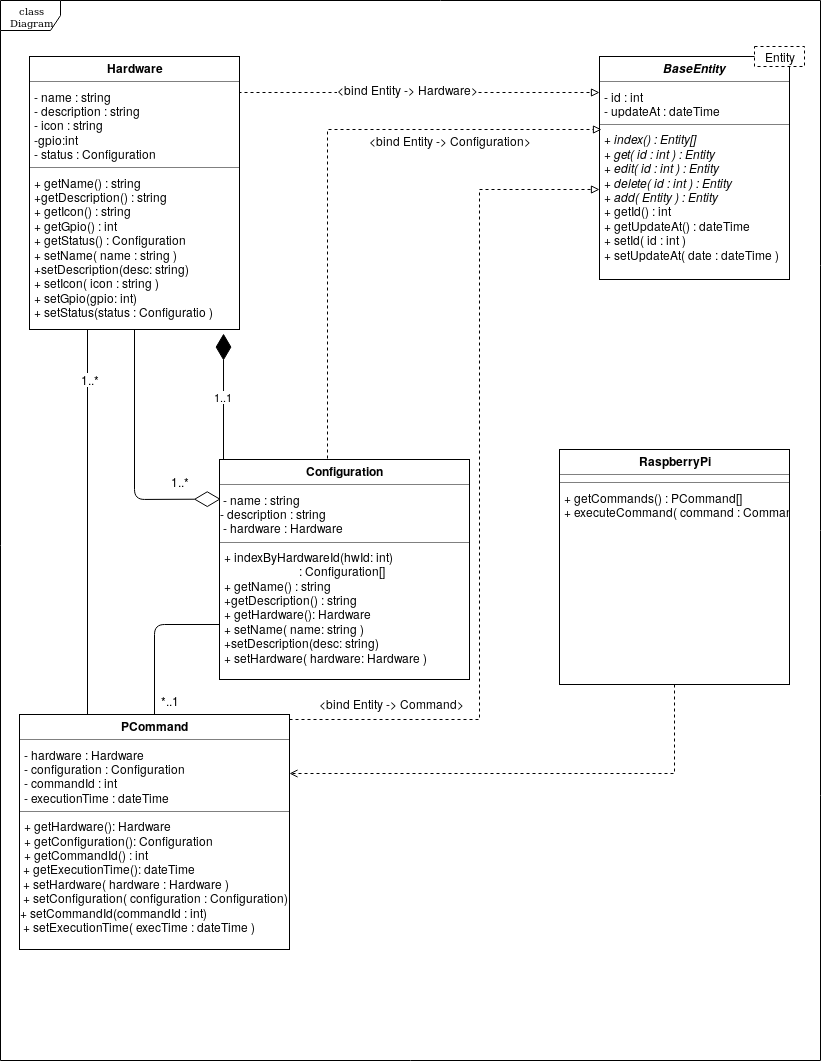
Above: img/diagram_class2.png in reem-codes/gp (draw.io), before the change. Source tidied: cells renumbered, new cells last; positions are measured from the earlier drawing's top-left corner, leaving out a move shared by most shapes.
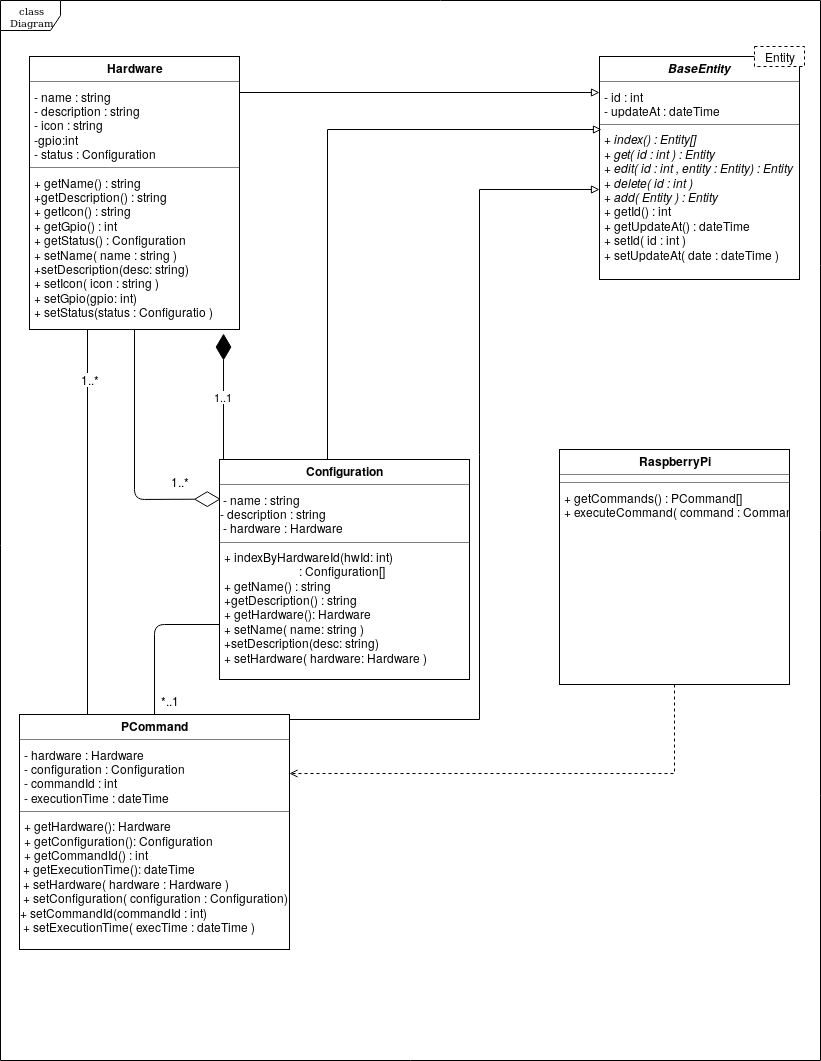
After the commit.

Diff of the diagram source:
```diff
@@ -5,10 +5,10 @@
     <mxCell id="2" value="class Diagram" style="shape=umlFrame;whiteSpace=wrap;html=1;rounded=0;shadow=0;comic=0;labelBackgroundColor=none;strokeColor=#000000;strokeWidth=1;fillColor=#ffffff;fontFamily=Verdana;fontSize=10;fontColor=#000000;align=center;" parent="1" vertex="1">
       <mxGeometry width="820" height="1060" as="geometry" />
     </mxCell>
-    <mxCell id="3" value="&lt;p style=&quot;margin: 0px ; margin-top: 4px ; text-align: center&quot;&gt;&lt;b&gt;&lt;i&gt;BaseEntity&lt;/i&gt;&lt;/b&gt;&lt;/p&gt;&lt;hr size=&quot;1&quot;&gt;&lt;p style=&quot;margin: 0px ; margin-left: 4px&quot;&gt;- id : int&lt;br&gt;- updateAt : dateTime&lt;/p&gt;&lt;hr size=&quot;1&quot;&gt;&lt;p style=&quot;margin: 0px ; margin-left: 4px&quot;&gt;&lt;i&gt;+ index() : Entity[]&lt;br&gt;+ get( id : int ) : Entity&lt;/i&gt;&lt;/p&gt;&lt;p style=&quot;margin: 0px ; margin-left: 4px&quot;&gt;&lt;i&gt;+ edit( id : int ) : Entity&lt;/i&gt;&lt;/p&gt;&lt;p style=&quot;margin: 0px ; margin-left: 4px&quot;&gt;&lt;i&gt;+ delete( id : int ) : Entity&lt;/i&gt;&lt;/p&gt;&lt;p style=&quot;margin: 0px ; margin-left: 4px&quot;&gt;&lt;i&gt;+ add( Entity ) : Entity&lt;/i&gt;&lt;/p&gt;&lt;p style=&quot;margin: 0px ; margin-left: 4px&quot;&gt;+ getId() : int&lt;/p&gt;&lt;p style=&quot;margin: 0px ; margin-left: 4px&quot;&gt;+ getUpdateAt() : dateTime&lt;/p&gt;&lt;p style=&quot;margin: 0px ; margin-left: 4px&quot;&gt;+ setId( id : int )&lt;/p&gt;&lt;p style=&quot;margin: 0px ; margin-left: 4px&quot;&gt;+ setUpdateAt( date : dateTime )&lt;/p&gt;&lt;p style=&quot;margin: 0px ; margin-left: 4px&quot;&gt;&lt;br&gt;&lt;/p&gt;" style="verticalAlign=top;align=left;overflow=fill;fontSize=12;fontFamily=Helvetica;html=1;rounded=0;shadow=0;comic=0;labelBackgroundColor=none;strokeColor=#000000;strokeWidth=1;fillColor=#ffffff;" parent="1" vertex="1">
-      <mxGeometry x="599" y="56" width="190" height="223" as="geometry" />
+    <mxCell id="3" value="&lt;p style=&quot;margin: 0px ; margin-top: 4px ; text-align: center&quot;&gt;&lt;b&gt;&lt;i&gt;BaseEntity&lt;/i&gt;&lt;/b&gt;&lt;/p&gt;&lt;hr size=&quot;1&quot;&gt;&lt;p style=&quot;margin: 0px ; margin-left: 4px&quot;&gt;- id : int&lt;br&gt;- updateAt : dateTime&lt;/p&gt;&lt;hr size=&quot;1&quot;&gt;&lt;p style=&quot;margin: 0px ; margin-left: 4px&quot;&gt;&lt;i&gt;+ index() : Entity[]&lt;br&gt;+ get( id : int ) : Entity&lt;/i&gt;&lt;/p&gt;&lt;p style=&quot;margin: 0px ; margin-left: 4px&quot;&gt;&lt;i&gt;+ edit( id : int , entity : Entity) : Entity&lt;/i&gt;&lt;/p&gt;&lt;p style=&quot;margin: 0px ; margin-left: 4px&quot;&gt;&lt;i&gt;+ delete( id : int ) &lt;br&gt;&lt;/i&gt;&lt;/p&gt;&lt;p style=&quot;margin: 0px ; margin-left: 4px&quot;&gt;&lt;i&gt;+ add( Entity ) : Entity&lt;/i&gt;&lt;/p&gt;&lt;p style=&quot;margin: 0px ; margin-left: 4px&quot;&gt;+ getId() : int&lt;/p&gt;&lt;p style=&quot;margin: 0px ; margin-left: 4px&quot;&gt;+ getUpdateAt() : dateTime&lt;/p&gt;&lt;p style=&quot;margin: 0px ; margin-left: 4px&quot;&gt;+ setId( id : int )&lt;/p&gt;&lt;p style=&quot;margin: 0px ; margin-left: 4px&quot;&gt;+ setUpdateAt( date : dateTime )&lt;/p&gt;&lt;p style=&quot;margin: 0px ; margin-left: 4px&quot;&gt;&lt;br&gt;&lt;/p&gt;" style="verticalAlign=top;align=left;overflow=fill;fontSize=12;fontFamily=Helvetica;html=1;rounded=0;shadow=0;comic=0;labelBackgroundColor=none;strokeColor=#000000;strokeWidth=1;fillColor=#ffffff;" parent="1" vertex="1">
+      <mxGeometry x="599" y="56" width="200" height="223" as="geometry" />
     </mxCell>
-    <mxCell id="4" style="edgeStyle=orthogonalEdgeStyle;rounded=0;jettySize=auto;html=1;exitX=1;exitY=0.136;exitDx=0;exitDy=0;endArrow=block;endFill=0;dashed=1;exitPerimeter=0;" parent="1" edge="1" source="6">
+    <mxCell id="4" style="edgeStyle=orthogonalEdgeStyle;rounded=0;jettySize=auto;html=1;exitX=1;exitY=0.136;exitDx=0;exitDy=0;endArrow=block;endFill=0;exitPerimeter=0;" parent="1" edge="1" source="6">
       <mxGeometry relative="1" as="geometry">
         <mxPoint x="599" y="92" as="targetPoint" />
         <Array as="points">
@@ -17,13 +17,10 @@
         </Array>
       </mxGeometry>
     </mxCell>
-    <mxCell id="5" value="&lt;div&gt;&amp;lt;bind Entity -&amp;gt; Hardware&amp;gt;&lt;/div&gt;" style="text;html=1;align=center;verticalAlign=middle;labelBackgroundColor=#ffffff;" parent="4" vertex="1">
-      <mxGeometry x="-0.07" y="4" relative="1" as="geometry" />
-    </mxCell>
     <mxCell id="6" value="&lt;p style=&quot;margin: 0px ; margin-top: 4px ; text-align: center&quot;&gt;&lt;b&gt;Hardware&lt;/b&gt;&lt;/p&gt;&lt;hr size=&quot;1&quot;&gt;&lt;p style=&quot;margin: 0px ; margin-left: 4px&quot;&gt;- name : string&lt;/p&gt;&lt;p style=&quot;margin: 0px ; margin-left: 4px&quot;&gt;- description : string&lt;/p&gt;&lt;p style=&quot;margin: 0px ; margin-left: 4px&quot;&gt;- icon : string&lt;/p&gt;&lt;p style=&quot;margin: 0px ; margin-left: 4px&quot;&gt;-gpio:int&lt;br&gt;&lt;/p&gt;&lt;p style=&quot;margin: 0px ; margin-left: 4px&quot;&gt;- status : Configuration&lt;/p&gt;&lt;hr size=&quot;1&quot;&gt;&lt;p style=&quot;margin: 0px ; margin-left: 4px&quot;&gt;+ getName() : string&lt;/p&gt;&lt;p style=&quot;margin: 0px ; margin-left: 4px&quot;&gt;+getDescription() : string&lt;/p&gt;&lt;p style=&quot;margin: 0px ; margin-left: 4px&quot;&gt;+ getIcon() : string&lt;/p&gt;&lt;p style=&quot;margin: 0px ; margin-left: 4px&quot;&gt;+ getGpio() : int&lt;br&gt;&lt;/p&gt;&lt;p style=&quot;margin: 0px ; margin-left: 4px&quot;&gt;+ getStatus() : Configuration&lt;/p&gt;&lt;p style=&quot;margin: 0px ; margin-left: 4px&quot;&gt;+ setName( name : string )&lt;/p&gt;&lt;p style=&quot;margin: 0px ; margin-left: 4px&quot;&gt;+setDescription(desc: string)&lt;/p&gt;&lt;p style=&quot;margin: 0px ; margin-left: 4px&quot;&gt;+ setIcon( icon : string )&lt;/p&gt;&lt;p style=&quot;margin: 0px ; margin-left: 4px&quot;&gt;+ setGpio(gpio: int)&lt;/p&gt;&lt;p style=&quot;margin: 0px ; margin-left: 4px&quot;&gt;+ setStatus(status : Configuratio )&lt;/p&gt;" style="verticalAlign=top;align=left;overflow=fill;fontSize=12;fontFamily=Helvetica;html=1;rounded=0;shadow=0;comic=0;labelBackgroundColor=none;strokeColor=#000000;strokeWidth=1;fillColor=#ffffff;" parent="1" vertex="1">
       <mxGeometry x="29" y="56" width="210" height="273" as="geometry" />
     </mxCell>
-    <mxCell id="7" style="edgeStyle=orthogonalEdgeStyle;rounded=0;jettySize=auto;html=1;exitX=0.5;exitY=0;exitDx=0;exitDy=0;endArrow=block;endFill=0;dashed=1;" parent="1" edge="1" source="9">
+    <mxCell id="7" style="edgeStyle=orthogonalEdgeStyle;rounded=0;jettySize=auto;html=1;exitX=0.5;exitY=0;exitDx=0;exitDy=0;endArrow=block;endFill=0;" parent="1" edge="1" source="9">
       <mxGeometry relative="1" as="geometry">
         <mxPoint x="601" y="129" as="targetPoint" />
         <Array as="points">
@@ -31,15 +28,10 @@
         </Array>
       </mxGeometry>
     </mxCell>
-    <mxCell id="8" value="&lt;div&gt;&amp;lt;bind Entity -&amp;gt; Configuration&amp;gt;&lt;/div&gt;" style="text;html=1;align=center;verticalAlign=middle;labelBackgroundColor=#ffffff;" parent="7" vertex="1">
-      <mxGeometry x="-0.18" y="-1" relative="1" as="geometry">
-        <mxPoint x="121" y="-81" as="offset" />
-      </mxGeometry>
-    </mxCell>
     <mxCell id="9" value="&lt;p style=&quot;margin: 0px ; margin-top: 4px ; text-align: center&quot;&gt;&lt;b&gt;Configuration&lt;/b&gt;&lt;br&gt;&lt;/p&gt;&lt;hr size=&quot;1&quot;&gt;&lt;div&gt;&amp;nbsp;- name : string&lt;/div&gt;&lt;div&gt;- description : string&lt;br&gt;&lt;/div&gt;&lt;span&gt;&amp;nbsp;- hardware : Hardware&lt;/span&gt;&lt;br&gt;&lt;hr size=&quot;1&quot;&gt;&lt;p style=&quot;margin: 0px ; margin-left: 4px&quot;&gt;+ indexByHardwareId(hwId: int)&lt;/p&gt;&lt;p style=&quot;margin: 0px ; margin-left: 4px&quot;&gt;&amp;nbsp;&amp;nbsp;&amp;nbsp;&amp;nbsp;&amp;nbsp;&amp;nbsp;&amp;nbsp;&amp;nbsp;&amp;nbsp;&amp;nbsp;&amp;nbsp;&amp;nbsp;&amp;nbsp;&amp;nbsp;&amp;nbsp;&amp;nbsp;&amp;nbsp;&amp;nbsp;&amp;nbsp;&amp;nbsp;&amp;nbsp;&amp;nbsp;&amp;nbsp;&amp;nbsp; : Configuration[]&lt;br&gt;&lt;/p&gt;&lt;p style=&quot;margin: 0px ; margin-left: 4px&quot;&gt;+ getName() : string&lt;/p&gt;&lt;p style=&quot;margin: 0px ; margin-left: 4px&quot;&gt;+getDescription() : string&lt;/p&gt;&lt;p style=&quot;margin: 0px ; margin-left: 4px&quot;&gt;+ getHardware(): Hardware&lt;/p&gt;&lt;p style=&quot;margin: 0px ; margin-left: 4px&quot;&gt;+ setName( name: string )&lt;/p&gt;&lt;p style=&quot;margin: 0px ; margin-left: 4px&quot;&gt;+setDescription(desc: string)&lt;/p&gt;&lt;p style=&quot;margin: 0px ; margin-left: 4px&quot;&gt;+ setHardware( hardware: Hardware )&lt;/p&gt;" style="verticalAlign=top;align=left;overflow=fill;fontSize=12;fontFamily=Helvetica;html=1;rounded=0;shadow=0;comic=0;labelBackgroundColor=none;strokeColor=#000000;strokeWidth=1;fillColor=#ffffff;" parent="1" vertex="1">
       <mxGeometry x="219" y="459" width="250" height="220" as="geometry" />
     </mxCell>
-    <mxCell id="10" style="edgeStyle=orthogonalEdgeStyle;rounded=0;jettySize=auto;html=1;exitX=1;exitY=0.25;exitDx=0;exitDy=0;endArrow=block;endFill=0;dashed=1;" parent="1" edge="1" source="12" target="3">
+    <mxCell id="10" style="edgeStyle=orthogonalEdgeStyle;rounded=0;jettySize=auto;html=1;exitX=1;exitY=0.25;exitDx=0;exitDy=0;endArrow=block;endFill=0;" parent="1" edge="1" source="12" target="3">
       <mxGeometry relative="1" as="geometry">
         <Array as="points">
           <mxPoint x="289" y="719" />
@@ -48,11 +40,6 @@
         </Array>
       </mxGeometry>
     </mxCell>
-    <mxCell id="11" value="&lt;div&gt;&amp;lt;bind Entity -&amp;gt; Command&amp;gt;&lt;/div&gt;" style="text;html=1;align=center;verticalAlign=middle;labelBackgroundColor=#ffffff;" parent="10" vertex="1">
-      <mxGeometry x="-0.41" y="1" relative="1" as="geometry">
-        <mxPoint x="-87" y="1" as="offset" />
-      </mxGeometry>
-    </mxCell>
     <mxCell id="12" value="&lt;p style=&quot;margin: 0px ; margin-top: 4px ; text-align: center&quot;&gt;&lt;b&gt;PCommand&lt;/b&gt;&lt;/p&gt;&lt;hr size=&quot;1&quot;&gt;&lt;p style=&quot;margin: 0px ; margin-left: 4px&quot;&gt;- hardware : Hardware&lt;br&gt;- configuration : Configuration&lt;/p&gt;&lt;p style=&quot;margin: 0px ; margin-left: 4px&quot;&gt;- commandId : int&lt;/p&gt;&lt;p style=&quot;margin: 0px ; margin-left: 4px&quot;&gt;- executionTime : dateTime&lt;br&gt;&lt;/p&gt;&lt;hr size=&quot;1&quot;&gt;&lt;p style=&quot;margin: 0px ; margin-left: 4px&quot;&gt;+ getHardware&lt;span&gt;(): Hardware&lt;/span&gt;&lt;/p&gt;&lt;p style=&quot;margin: 0px ; margin-left: 4px&quot;&gt;+ getConfiguration(): Configuration&lt;/p&gt;&lt;p style=&quot;margin: 0px ; margin-left: 4px&quot;&gt;+ getCommandId() : int&lt;br&gt;&lt;/p&gt;&amp;nbsp;+ getExecutionTime(): dateTime&lt;br&gt;&amp;nbsp;+ setHardware( hardware : Hardware )&lt;br&gt;&lt;div&gt;&amp;nbsp;+ setConfiguration( configuration : Configuration)&lt;/div&gt;&lt;div&gt;+ setCommandId(commandId : int)&lt;br&gt;&lt;/div&gt;&amp;nbsp;+ setExecutionTime( execTime : dateTime )" style="verticalAlign=top;align=left;overflow=fill;fontSize=12;fontFamily=Helvetica;html=1;rounded=0;shadow=0;comic=0;labelBackgroundColor=none;strokeColor=#000000;strokeWidth=1;fillColor=#ffffff;" parent="1" vertex="1">
       <mxGeometry x="19" y="714" width="270" height="235" as="geometry" />
     </mxCell>
```
